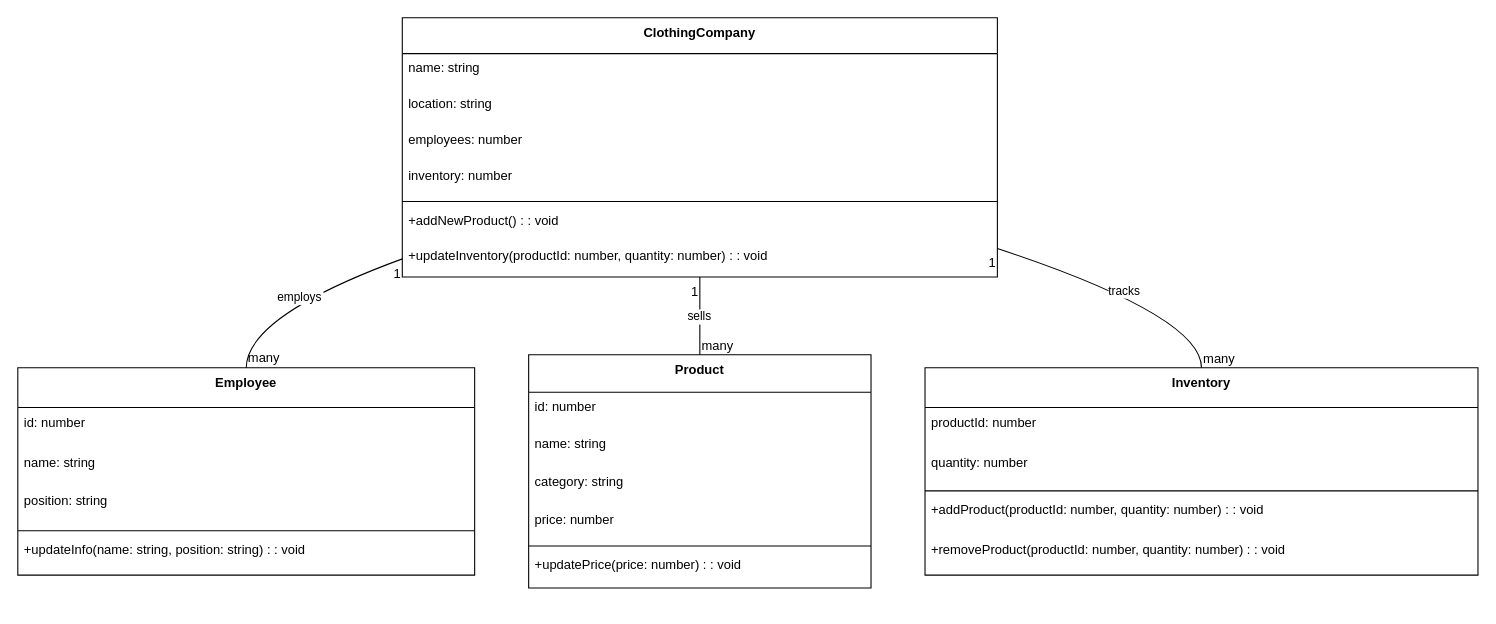
Before: Untitled Diagram.drawio in Javeethgit/developer-roadmap, a draw.io diagram. Source tidied: cells renumbered, new cells numbered last; positions are measured from the earlier drawing's top-left corner, leaving out a move shared by most shapes. Both pictures are drawn from the tidied source at 108%, with x=0, y=0 at pixel (17, 17).
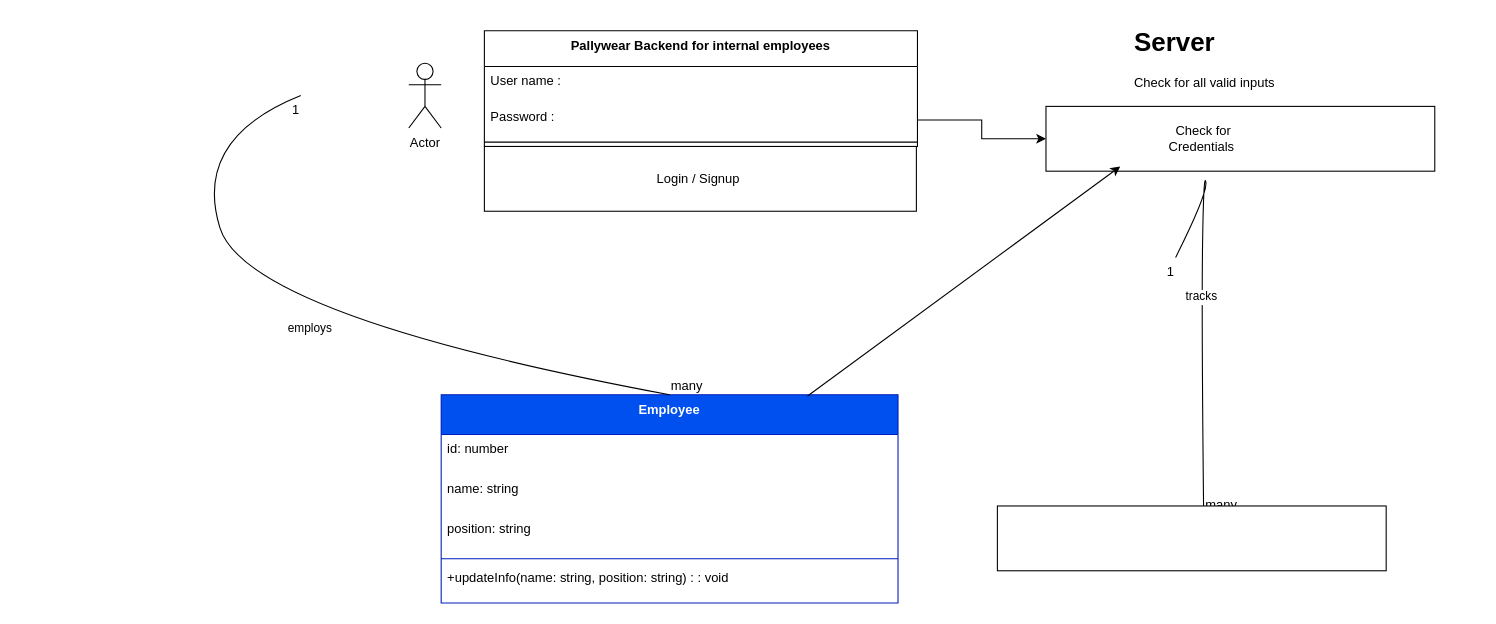
After the change.

Commit message:
Pally Wear

The edit, as a diff of the source:
```diff
@@
-    <mxCell id="2" value="ClothingCompany" style="swimlane;fontStyle=1;align=center;verticalAlign=top;horizontal=1;startSize=33.142857142857146;" parent="1" vertex="1">
-      <mxGeometry x="356" width="551" height="240" as="geometry" />
+    <mxCell id="2" value="Pallywear Backend for internal employees" style="swimlane;fontStyle=1;align=center;verticalAlign=top;horizontal=1;startSize=33.142857142857146;" parent="1" vertex="1">
+      <mxGeometry x="432" y="12" width="401" height="107.1" as="geometry" />
     </mxCell>
-    <mxCell id="3" value="name: string" style="text;strokeColor=none;fillColor=none;align=left;verticalAlign=top;spacingLeft=4;spacingRight=4;overflow=hidden;" parent="2" vertex="1">
-      <mxGeometry y="33" width="551" height="33" as="geometry" />
+    <mxCell id="3" value="User name : " style="text;strokeColor=none;fillColor=none;align=left;verticalAlign=top;spacingLeft=4;spacingRight=4;overflow=hidden;" parent="2" vertex="1">
+      <mxGeometry y="33.1" width="401" height="33" as="geometry" />
     </mxCell>
-    <mxCell id="4" value="location: string" style="text;strokeColor=none;fillColor=none;align=left;verticalAlign=top;spacingLeft=4;spacingRight=4;overflow=hidden;points=[[0,0.5],[1,0.5]];portConstraint=eastwest;" parent="2" vertex="1">
-      <mxGeometry y="66" width="551" height="33" as="geometry" />
+    <mxCell id="4" value="Password :" style="text;strokeColor=none;fillColor=none;align=left;verticalAlign=top;spacingLeft=4;spacingRight=4;overflow=hidden;points=[[0,0.5],[1,0.5]];portConstraint=eastwest;" parent="2" vertex="1">
+      <mxGeometry y="66.1" width="401" height="33" as="geometry" />
     </mxCell>
-    <mxCell id="5" value="employees: number" style="text;strokeColor=none;fillColor=none;align=left;verticalAlign=top;spacingLeft=4;spacingRight=4;overflow=hidden;" parent="2" vertex="1">
-      <mxGeometry y="99" width="551" height="33" as="geometry" />
-    </mxCell>
-    <mxCell id="6" value="inventory: number" style="text;strokeColor=none;fillColor=none;align=left;verticalAlign=top;spacingLeft=4;spacingRight=4;overflow=hidden;" parent="2" vertex="1">
-      <mxGeometry y="133" width="551" height="33" as="geometry" />
-    </mxCell>
     <mxCell id="7" style="line;strokeWidth=1;fillColor=none;align=left;verticalAlign=middle;spacingTop=-1;spacingLeft=3;spacingRight=3;labelPosition=right;strokeColor=inherit;" parent="2" vertex="1">
-      <mxGeometry y="166" width="551" height="8" as="geometry" />
+      <mxGeometry y="99.1" width="401" height="8" as="geometry" />
     </mxCell>
-    <mxCell id="8" value="+addNewProduct() : : void" style="text;strokeColor=none;fillColor=none;align=left;verticalAlign=top;spacingLeft=4;spacingRight=4;overflow=hidden;" parent="2" vertex="1">
-      <mxGeometry y="174" width="551" height="33" as="geometry" />
-    </mxCell>
-    <mxCell id="9" value="+updateInventory(productId: number, quantity: number) : : void" style="text;strokeColor=none;fillColor=none;align=left;verticalAlign=top;spacingLeft=4;spacingRight=4;overflow=hidden;" parent="2" vertex="1">
-      <mxGeometry y="207" width="551" height="33" as="geometry" />
-    </mxCell>
-    <mxCell id="10" value="Employee" style="swimlane;fontStyle=1;align=center;verticalAlign=top;horizontal=1;startSize=36.8;" parent="1" vertex="1">
-      <mxGeometry y="324" width="423" height="192" as="geometry" />
+    <mxCell id="10" value="Employee" style="swimlane;fontStyle=1;align=center;verticalAlign=top;horizontal=1;startSize=36.8;fillColor=#0050ef;strokeColor=#001DBC;fontColor=#ffffff;" parent="1" vertex="1">
+      <mxGeometry x="392" y="349" width="423" height="192.8" as="geometry" />
     </mxCell>
     <mxCell id="11" value="id: number" style="text;strokeColor=none;fillColor=none;align=left;verticalAlign=top;spacingLeft=4;spacingRight=4;overflow=hidden;" parent="10" vertex="1">
-      <mxGeometry y="37" width="423" height="37" as="geometry" />
+      <mxGeometry y="36.8" width="423" height="37" as="geometry" />
     </mxCell>
     <mxCell id="12" value="name: string" style="text;strokeColor=none;fillColor=none;align=left;verticalAlign=top;spacingLeft=4;spacingRight=4;overflow=hidden;" parent="10" vertex="1">
-      <mxGeometry y="74" width="423" height="37" as="geometry" />
+      <mxGeometry y="73.8" width="423" height="37" as="geometry" />
     </mxCell>
     <mxCell id="13" value="position: string" style="text;strokeColor=none;fillColor=none;align=left;verticalAlign=top;spacingLeft=4;spacingRight=4;overflow=hidden;" parent="10" vertex="1">
-      <mxGeometry y="110" width="423" height="37" as="geometry" />
+      <mxGeometry y="110.8" width="423" height="37" as="geometry" />
     </mxCell>
     <mxCell id="14" style="line;strokeWidth=1;fillColor=none;align=left;verticalAlign=middle;spacingTop=-1;spacingLeft=3;spacingRight=3;labelPosition=right;strokeColor=inherit;" parent="10" vertex="1">
-      <mxGeometry y="147" width="423" height="8" as="geometry" />
+      <mxGeometry y="147.8" width="423" height="8" as="geometry" />
     </mxCell>
     <mxCell id="15" value="+updateInfo(name: string, position: string) : : void" style="text;strokeColor=none;fillColor=none;align=left;verticalAlign=top;spacingLeft=4;spacingRight=4;overflow=hidden;" parent="10" vertex="1">
-      <mxGeometry y="155" width="423" height="37" as="geometry" />
+      <mxGeometry y="155.8" width="423" height="37" as="geometry" />
     </mxCell>
-    <mxCell id="16" value="Product" style="swimlane;fontStyle=1;align=center;verticalAlign=top;horizontal=1;startSize=34.666666666666664;" parent="1" vertex="1">
-      <mxGeometry x="473" y="312" width="317" height="216" as="geometry" />
-    </mxCell>
-    <mxCell id="17" value="id: number" style="text;strokeColor=none;fillColor=none;align=left;verticalAlign=top;spacingLeft=4;spacingRight=4;overflow=hidden;" parent="16" vertex="1">
-      <mxGeometry y="35" width="317" height="35" as="geometry" />
-    </mxCell>
-    <mxCell id="18" value="name: string" style="text;strokeColor=none;fillColor=none;align=left;verticalAlign=top;spacingLeft=4;spacingRight=4;overflow=hidden;" parent="16" vertex="1">
-      <mxGeometry y="69" width="317" height="35" as="geometry" />
-    </mxCell>
-    <mxCell id="19" value="category: string" style="text;strokeColor=none;fillColor=none;align=left;verticalAlign=top;spacingLeft=4;spacingRight=4;overflow=hidden;" parent="16" vertex="1">
-      <mxGeometry y="104" width="317" height="35" as="geometry" />
-    </mxCell>
-    <mxCell id="20" value="price: number" style="text;strokeColor=none;fillColor=none;align=left;verticalAlign=top;spacingLeft=4;spacingRight=4;overflow=hidden;" parent="16" vertex="1">
-      <mxGeometry y="139" width="317" height="35" as="geometry" />
-    </mxCell>
-    <mxCell id="21" style="line;strokeWidth=1;fillColor=none;align=left;verticalAlign=middle;spacingTop=-1;spacingLeft=3;spacingRight=3;labelPosition=right;strokeColor=inherit;" parent="16" vertex="1">
-      <mxGeometry y="173" width="317" height="8" as="geometry" />
-    </mxCell>
-    <mxCell id="22" value="+updatePrice(price: number) : : void" style="text;strokeColor=none;fillColor=none;align=left;verticalAlign=top;spacingLeft=4;spacingRight=4;overflow=hidden;" parent="16" vertex="1">
-      <mxGeometry y="181" width="317" height="35" as="geometry" />
-    </mxCell>
-    <mxCell id="23" value="Inventory" style="swimlane;fontStyle=1;align=center;verticalAlign=top;horizontal=1;startSize=36.8;" parent="1" vertex="1">
-      <mxGeometry x="840" y="324" width="512" height="192" as="geometry" />
-    </mxCell>
-    <mxCell id="24" value="productId: number" style="text;strokeColor=none;fillColor=none;align=left;verticalAlign=top;spacingLeft=4;spacingRight=4;overflow=hidden;" parent="23" vertex="1">
-      <mxGeometry y="37" width="512" height="37" as="geometry" />
-    </mxCell>
-    <mxCell id="25" value="quantity: number" style="text;strokeColor=none;fillColor=none;align=left;verticalAlign=top;spacingLeft=4;spacingRight=4;overflow=hidden;" parent="23" vertex="1">
-      <mxGeometry y="74" width="512" height="37" as="geometry" />
-    </mxCell>
-    <mxCell id="26" style="line;strokeWidth=1;fillColor=none;align=left;verticalAlign=middle;spacingTop=-1;spacingLeft=3;spacingRight=3;labelPosition=right;strokeColor=inherit;" parent="23" vertex="1">
-      <mxGeometry y="110" width="512" height="8" as="geometry" />
-    </mxCell>
-    <mxCell id="27" value="+addProduct(productId: number, quantity: number) : : void" style="text;strokeColor=none;fillColor=none;align=left;verticalAlign=top;spacingLeft=4;spacingRight=4;overflow=hidden;" parent="23" vertex="1">
-      <mxGeometry y="118" width="512" height="37" as="geometry" />
-    </mxCell>
-    <mxCell id="28" value="+removeProduct(productId: number, quantity: number) : : void" style="text;strokeColor=none;fillColor=none;align=left;verticalAlign=top;spacingLeft=4;spacingRight=4;overflow=hidden;" parent="23" vertex="1">
-      <mxGeometry y="155" width="512" height="37" as="geometry" />
-    </mxCell>
-    <mxCell id="29" value="employs" style="curved=1;startArrow=none;endArrow=none;exitX=0;exitY=0.93;entryX=0.5;entryY=0;" parent="1" edge="1" source="2" target="10">
+    <mxCell id="29" value="employs" style="curved=1;startArrow=none;endArrow=none;entryX=0.5;entryY=0;" parent="1" edge="1" target="10">
       <mxGeometry relative="1" as="geometry">
+        <mxPoint x="262" y="72" as="sourcePoint" />
         <Array as="points">
+          <mxPoint x="162" y="112" />
           <mxPoint x="212" y="276" />
         </Array>
       </mxGeometry>
     </mxCell>
@@
-    <mxCell id="32" value="sells" style="curved=1;startArrow=none;endArrow=none;exitX=0.5;exitY=1;entryX=0.5;entryY=0;" parent="1" edge="1" source="2" target="16">
-      <mxGeometry relative="1" as="geometry" />
-    </mxCell>
-    <mxCell id="33" value="1" style="edgeLabel;labelBackgroundColor=none;fontSize=12;align=right;verticalAlign=top;" parent="32" vertex="1">
-      <mxGeometry x="-1" relative="1" as="geometry" />
-    </mxCell>
-    <mxCell id="34" value="many" style="edgeLabel;labelBackgroundColor=none;fontSize=12;align=left;verticalAlign=bottom;" parent="32" vertex="1">
-      <mxGeometry x="1" relative="1" as="geometry" />
-    </mxCell>
-    <mxCell id="35" value="tracks" style="curved=1;startArrow=none;endArrow=none;exitX=1;exitY=0.89;entryX=0.5;entryY=0;" parent="1" edge="1" source="2" target="23">
+    <mxCell id="35" value="tracks" style="curved=1;startArrow=none;endArrow=none;entryX=0.5;entryY=0;" parent="1" edge="1">
       <mxGeometry relative="1" as="geometry">
+        <mxPoint x="1072" y="222" as="sourcePoint" />
+        <mxPoint x="1098" y="459.7" as="targetPoint" />
         <Array as="points">
+          <mxPoint x="1102" y="162" />
+          <mxPoint x="1098" y="142" />
           <mxPoint x="1096" y="276" />
         </Array>
       </mxGeometry>
     </mxCell>
@@
+    <mxCell id="38" value="Login / Signup&amp;nbsp;" style="rounded=0;whiteSpace=wrap;html=1;" parent="1" vertex="1">
+      <mxGeometry x="432" y="119.1" width="400" height="60" as="geometry" />
+    </mxCell>
+    <mxCell id="39" value="Actor" style="shape=umlActor;verticalLabelPosition=bottom;verticalAlign=top;html=1;" parent="1" vertex="1">
+      <mxGeometry x="362" y="42" width="30" height="60" as="geometry" />
+    </mxCell>
+    <mxCell id="40" style="rounded=0;whiteSpace=wrap;html=1;" parent="1" vertex="1">
+      <mxGeometry x="952" y="82" width="360" height="60" as="geometry" />
+    </mxCell>
+    <mxCell id="41" value="Check for Credentials&amp;nbsp;" style="text;html=1;align=center;verticalAlign=middle;whiteSpace=wrap;rounded=0;" parent="1" vertex="1">
+      <mxGeometry x="1068" y="97" width="60" height="30" as="geometry" />
+    </mxCell>
+    <mxCell id="42" value="&lt;h1 style=&quot;margin-top: 0px;&quot;&gt;Server&amp;nbsp;&lt;/h1&gt;&lt;div&gt;Check for all valid inputs&lt;/div&gt;" style="text;html=1;whiteSpace=wrap;overflow=hidden;rounded=0;" parent="1" vertex="1">
+      <mxGeometry x="1032" y="2" width="180" height="72.9" as="geometry" />
+    </mxCell>
+    <mxCell id="43" style="edgeStyle=orthogonalEdgeStyle;rounded=0;jettySize=auto;html=1;exitX=1;exitY=0.5;exitDx=0;exitDy=0;entryX=0;entryY=0.5;entryDx=0;entryDy=0;" parent="1" edge="1" source="4" target="40">
+      <mxGeometry relative="1" as="geometry" />
+    </mxCell>
+    <mxCell id="44" style="edgeStyle=none;jettySize=auto;html=1;rounded=0;entryX=0.191;entryY=0.927;entryDx=0;entryDy=0;entryPerimeter=0;exitX=0.802;exitY=0.006;exitDx=0;exitDy=0;exitPerimeter=0;" parent="1" edge="1" source="10" target="40">
+      <mxGeometry relative="1" as="geometry" />
+    </mxCell>
+    <mxCell id="45" style="rounded=0;whiteSpace=wrap;html=1;" parent="1" vertex="1">
+      <mxGeometry x="907" y="452" width="360" height="60" as="geometry" />
+    </mxCell>
```
